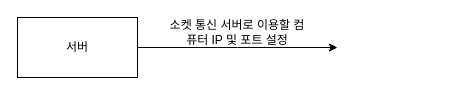
The draw.io diagram 소켓 통신.drawio in jh051777/chat, before the edit. Source tidied: cells renumbered, new cells numbered last; positions are measured from the earlier drawing's top-left corner, leaving out a move shared by most shapes. Both pictures are drawn from the tidied source at 100%, with x=0, y=0 at pixel (17, 17).
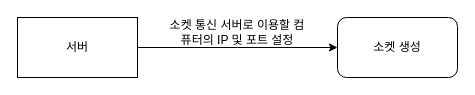
After the change.

Commit message:
소켓 통신.drawio 업데이트

Diff of the diagram source:
```diff
@@
 <mxGraphModel>
   <root>
     <mxCell id="0" />
     <mxCell id="1" parent="0" />
     <mxCell id="2" style="edgeStyle=orthogonalEdgeStyle;rounded=0;jettySize=auto;html=1;exitX=1;exitY=0.5;exitDx=0;exitDy=0;" parent="1" edge="1" source="3">
       <mxGeometry relative="1" as="geometry">
         <mxPoint x="320" y="30" as="targetPoint" />
       </mxGeometry>
     </mxCell>
     <mxCell id="3" value="서버" style="rounded=0;whiteSpace=wrap;html=1;" parent="1" vertex="1">
       <mxGeometry width="120" height="60" as="geometry" />
     </mxCell>
-    <mxCell id="4" value="소켓 통신 서버로 이용할 컴퓨터 IP 및 포트 설정" style="text;html=1;align=center;verticalAlign=middle;whiteSpace=wrap;rounded=0;" parent="1" vertex="1">
+    <mxCell id="4" value="소켓 통신 서버로 이용할 컴퓨터의 IP 및 포트 설정" style="text;html=1;align=center;verticalAlign=middle;whiteSpace=wrap;rounded=0;" parent="1" vertex="1">
       <mxGeometry x="150" width="140" height="30" as="geometry" />
     </mxCell>
+    <mxCell id="5" value="소켓 생성" style="rounded=1;whiteSpace=wrap;html=1;" parent="1" vertex="1">
+      <mxGeometry x="320" width="120" height="60" as="geometry" />
+    </mxCell>
   </root>
 </mxGraphModel>
```
